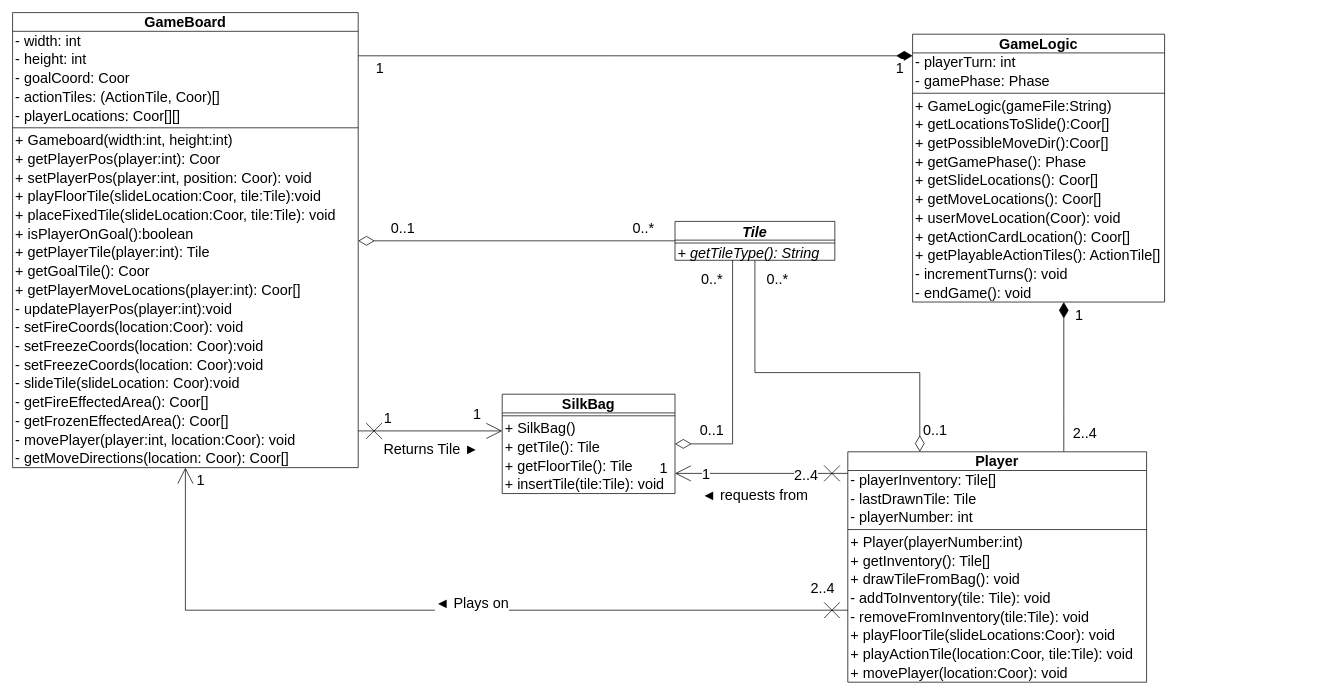
The draw.io diagram A1 Specification/UML/FinalPartialUML(1).drawio in paperclipstudio/Group14, before the edit. Source tidied: cells renumbered, new cells numbered last; positions are measured from the earlier drawing's top-left corner, leaving out a move shared by most shapes. Both pictures are drawn from the tidied source at 72%, with x=0, y=0 at pixel (12, 12).
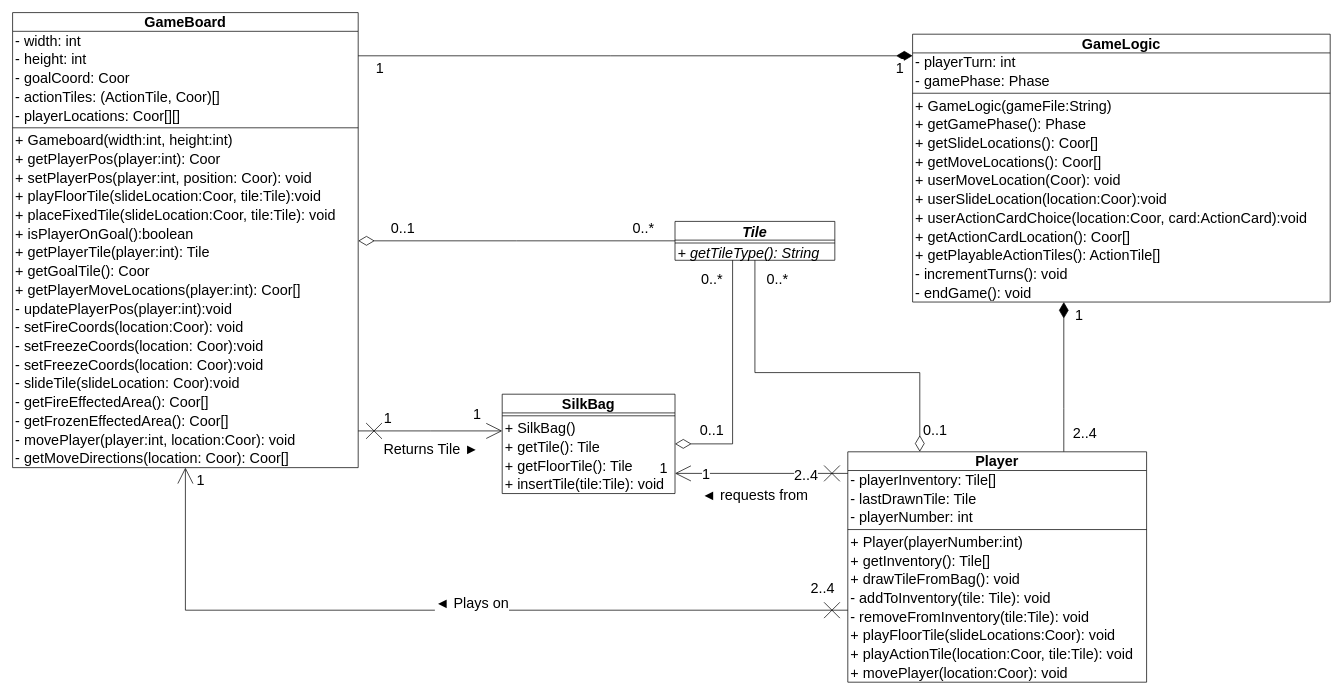
After the change.

Change to the diagram source:
```diff
@@
     <mxCell id="9" value="GameLogic" style="swimlane;fontStyle=1;align=center;verticalAlign=middle;horizontal=1;startSize=26;fontSize=20;spacing=0;spacingBottom=0;spacingTop=-3;" parent="1" vertex="1">
-      <mxGeometry x="1250" y="30" width="350" height="372" as="geometry" />
+      <mxGeometry x="1250" y="30" width="580" height="372" as="geometry" />
     </mxCell>
     <mxCell id="10" value="- playerTurn: int" style="text;strokeColor=none;fillColor=none;align=left;verticalAlign=middle;spacingLeft=4;spacingRight=4;overflow=hidden;fontSize=20;spacing=0;spacingBottom=0;spacingTop=-3;" parent="9" vertex="1">
-      <mxGeometry y="26" width="350" height="26" as="geometry" />
+      <mxGeometry y="26" width="580" height="26" as="geometry" />
     </mxCell>
     <mxCell id="11" value="- gamePhase: Phase " style="text;strokeColor=none;fillColor=none;align=left;verticalAlign=middle;spacingLeft=4;spacingRight=4;overflow=hidden;fontSize=20;spacing=0;spacingBottom=0;spacingTop=-3;" parent="9" vertex="1">
-      <mxGeometry y="52" width="350" height="26" as="geometry" />
+      <mxGeometry y="52" width="580" height="26" as="geometry" />
     </mxCell>
     <mxCell id="12" style="line;strokeWidth=1;fillColor=none;align=left;verticalAlign=middle;spacingTop=-3;spacingLeft=3;spacingRight=3;labelPosition=right;fontSize=20;spacing=0;spacingBottom=0;" parent="9" vertex="1">
-      <mxGeometry y="78" width="350" height="8" as="geometry" />
+      <mxGeometry y="78" width="580" height="8" as="geometry" />
     </mxCell>
     <mxCell id="13" value="+ GameLogic(gameFile:String)" style="text;strokeColor=none;fillColor=none;align=left;verticalAlign=middle;spacingLeft=4;spacingRight=4;overflow=hidden;fontSize=20;spacing=0;spacingBottom=0;spacingTop=-3;" parent="9" vertex="1">
-      <mxGeometry y="86" width="350" height="26" as="geometry" />
+      <mxGeometry y="86" width="580" height="26" as="geometry" />
     </mxCell>
-    <mxCell id="14" value="+ getLocationsToSlide():Coor[]" style="text;strokeColor=none;fillColor=none;align=left;verticalAlign=middle;spacingLeft=4;spacingRight=4;overflow=hidden;fontSize=20;spacing=0;spacingBottom=0;spacingTop=-3;" parent="9" vertex="1">
-      <mxGeometry y="112" width="350" height="26" as="geometry" />
-    </mxCell>
-    <mxCell id="15" value="+ getPossibleMoveDir():Coor[]" style="text;strokeColor=none;fillColor=none;align=left;verticalAlign=middle;spacingLeft=4;spacingRight=4;overflow=hidden;fontSize=20;spacing=0;spacingBottom=0;spacingTop=-3;" parent="9" vertex="1">
-      <mxGeometry y="138" width="350" height="26" as="geometry" />
-    </mxCell>
     <mxCell id="16" value="+ getGamePhase(): Phase" style="text;strokeColor=none;fillColor=none;align=left;verticalAlign=middle;spacingLeft=4;spacingRight=4;overflow=hidden;fontSize=20;spacing=0;spacingBottom=0;spacingTop=-3;" parent="9" vertex="1">
-      <mxGeometry y="164" width="350" height="26" as="geometry" />
+      <mxGeometry y="112" width="580" height="26" as="geometry" />
     </mxCell>
     <mxCell id="17" value="+ getSlideLocations(): Coor[]" style="text;strokeColor=none;fillColor=none;align=left;verticalAlign=middle;spacingLeft=4;spacingRight=4;overflow=hidden;fontSize=20;spacing=0;spacingBottom=0;spacingTop=-3;" parent="9" vertex="1">
-      <mxGeometry y="190" width="350" height="26" as="geometry" />
+      <mxGeometry y="138" width="580" height="26" as="geometry" />
     </mxCell>
     <mxCell id="18" value="+ getMoveLocations(): Coor[]" style="text;strokeColor=none;fillColor=none;align=left;verticalAlign=middle;spacingLeft=4;spacingRight=4;overflow=hidden;fontSize=20;spacing=0;spacingBottom=0;spacingTop=-3;" parent="9" vertex="1">
-      <mxGeometry y="216" width="350" height="26" as="geometry" />
+      <mxGeometry y="164" width="580" height="26" as="geometry" />
     </mxCell>
     <mxCell id="19" value="+ userMoveLocation(Coor): void" style="text;strokeColor=none;fillColor=none;align=left;verticalAlign=middle;spacingLeft=4;spacingRight=4;overflow=hidden;fontSize=20;spacing=0;spacingBottom=0;spacingTop=-3;" parent="9" vertex="1">
-      <mxGeometry y="242" width="350" height="26" as="geometry" />
+      <mxGeometry y="190" width="580" height="26" as="geometry" />
     </mxCell>
+    <mxCell id="93" value="+ userSlideLocation(location:Coor):void" style="text;strokeColor=none;fillColor=none;align=left;verticalAlign=middle;spacingLeft=4;spacingRight=4;overflow=hidden;fontSize=20;spacing=0;spacingBottom=0;spacingTop=-3;" parent="9" vertex="1">
+      <mxGeometry y="216" width="580" height="26" as="geometry" />
+    </mxCell>
+    <mxCell id="94" value="+ userActionCardChoice(location:Coor, card:ActionCard):void" style="text;strokeColor=none;fillColor=none;align=left;verticalAlign=middle;spacingLeft=4;spacingRight=4;overflow=hidden;fontSize=20;spacing=0;spacingBottom=0;spacingTop=-3;" parent="9" vertex="1">
+      <mxGeometry y="242" width="580" height="26" as="geometry" />
+    </mxCell>
     <mxCell id="20" value="+ getActionCardLocation(): Coor[]" style="text;strokeColor=none;fillColor=none;align=left;verticalAlign=middle;spacingLeft=4;spacingRight=4;overflow=hidden;fontSize=20;spacing=0;spacingBottom=0;spacingTop=-3;" parent="9" vertex="1">
-      <mxGeometry y="268" width="350" height="26" as="geometry" />
+      <mxGeometry y="268" width="580" height="26" as="geometry" />
     </mxCell>
     <mxCell id="21" value="+ getPlayableActionTiles(): ActionTile[]" style="text;strokeColor=none;fillColor=none;align=left;verticalAlign=middle;spacingLeft=4;spacingRight=4;overflow=hidden;fontSize=20;spacing=0;spacingBottom=0;spacingTop=-3;" parent="9" vertex="1">
-      <mxGeometry y="294" width="350" height="26" as="geometry" />
+      <mxGeometry y="294" width="580" height="26" as="geometry" />
     </mxCell>
     <mxCell id="22" value="- incrementTurns(): void" style="text;strokeColor=none;fillColor=none;align=left;verticalAlign=middle;spacingLeft=4;spacingRight=4;overflow=hidden;fontSize=20;spacing=0;spacingBottom=0;spacingTop=-3;" parent="9" vertex="1">
-      <mxGeometry y="320" width="350" height="26" as="geometry" />
+      <mxGeometry y="320" width="580" height="26" as="geometry" />
     </mxCell>
     <mxCell id="23" value="- endGame(): void" style="text;strokeColor=none;fillColor=none;align=left;verticalAlign=middle;spacingLeft=4;spacingRight=4;overflow=hidden;fontSize=20;spacing=0;spacingBottom=0;spacingTop=-3;" parent="9" vertex="1">
-      <mxGeometry y="346" width="350" height="26" as="geometry" />
+      <mxGeometry y="346" width="580" height="26" as="geometry" />
     </mxCell>
```
